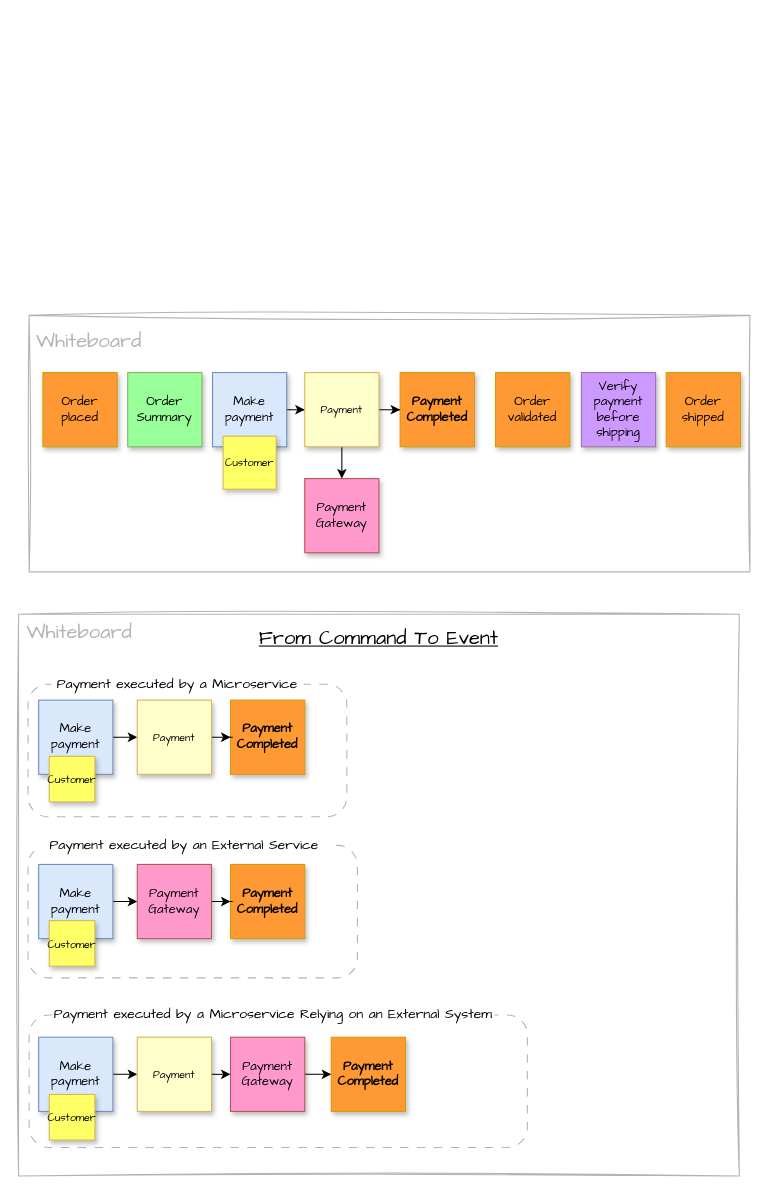
This is page "03-SOFT01" (7 of 12) of content/en/knowledgebase/ddd-eventstorming/eventstorming.drawio from mauvaisetroupe/architech, a draw.io file, before an edit. Source tidied: cells renumbered, new cells numbered last; positions are measured from the earlier drawing's top-left corner, leaving out a move shared by most shapes. Both pictures are drawn from the tidied source at 106%, with x=0, y=0 at pixel (18, 315).
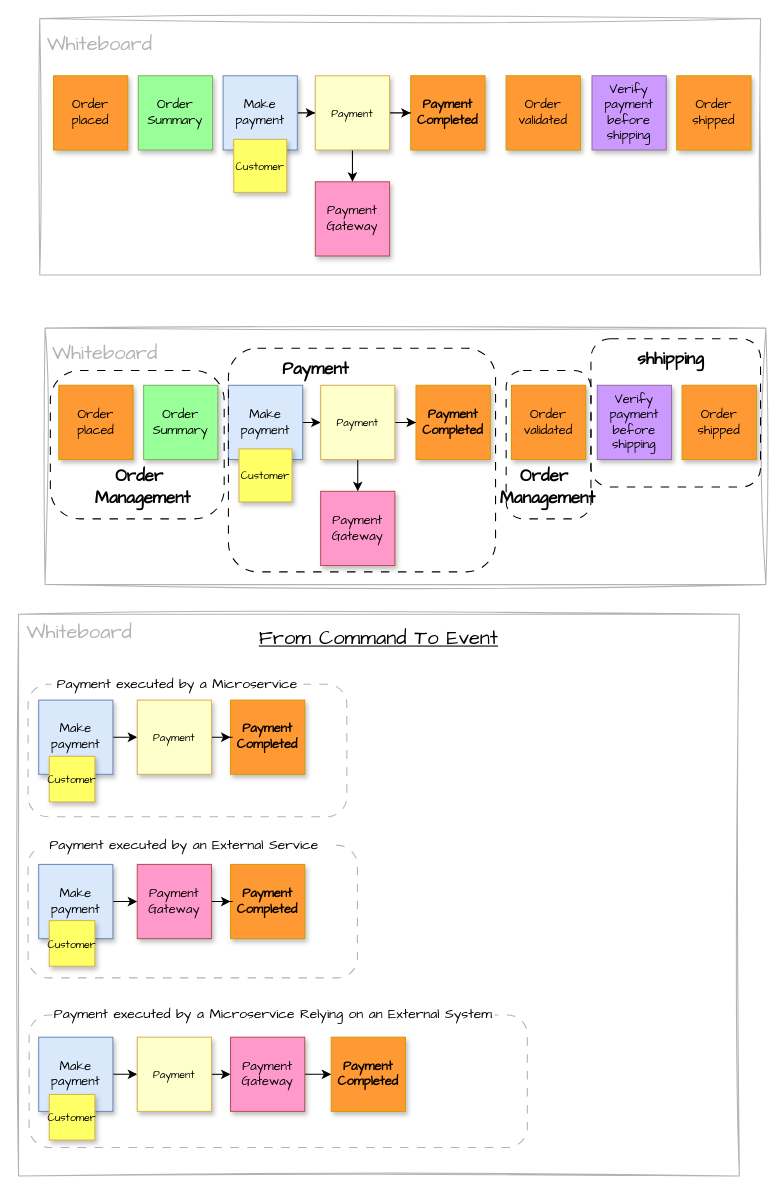
The same diagram, later.

Commit message:
less details on Whirlpool

Change to the diagram source:
```diff
@@
     <mxCell id="4" style="rounded=0;whiteSpace=wrap;html=1;sketch=1;hachureGap=4;jiggle=2;curveFitting=1;fontFamily=Architects Daughter;strokeColor=#B3B3B3;" parent="1" vertex="1">
-      <mxGeometry x="10" width="680" height="242" as="geometry" />
+      <mxGeometry x="20" y="-280" width="680" height="242" as="geometry" />
     </mxCell>
     <mxCell id="5" value="Order placed" style="whiteSpace=wrap;html=1;hachureGap=4;fontFamily=Architects Daughter;fillColor=#FF9933;strokeColor=#d79b00;spacingTop=2;spacingLeft=2;spacingBottom=2;spacingRight=2;align=center;verticalAlign=middle;fontSize=12;fontColor=default;flipH=0;flipV=1;shadow=1;" parent="1" vertex="1">
-      <mxGeometry x="23" y="54" width="70" height="70" as="geometry" />
+      <mxGeometry x="33" y="-226" width="70" height="70" as="geometry" />
     </mxCell>
@@
     <mxCell id="7" value="Make payment" style="whiteSpace=wrap;html=1;hachureGap=4;fontFamily=Architects Daughter;fillColor=#dae8fc;strokeColor=#6c8ebf;spacingTop=2;spacingLeft=2;spacingBottom=2;spacingRight=2;align=center;verticalAlign=middle;fontSize=12;flipH=0;flipV=1;shadow=1;" parent="1" vertex="1">
-      <mxGeometry x="183" y="54" width="70" height="70" as="geometry" />
+      <mxGeometry x="193" y="-226" width="70" height="70" as="geometry" />
     </mxCell>
     <mxCell id="8" value="Customer" style="whiteSpace=wrap;html=1;hachureGap=4;fontFamily=Architects Daughter;fillColor=#FFFF66;strokeColor=#d6b656;spacingTop=2;spacingLeft=2;spacingBottom=2;spacingRight=2;fontSize=10;shadow=1;" parent="1" vertex="1">
-      <mxGeometry x="193" y="114" width="50" height="50" as="geometry" />
+      <mxGeometry x="203" y="-166" width="50" height="50" as="geometry" />
     </mxCell>
     <mxCell id="9" value="&lt;strong&gt;Payment Completed&lt;/strong&gt;" style="whiteSpace=wrap;html=1;hachureGap=4;fontFamily=Architects Daughter;fillColor=#FF9933;strokeColor=#d79b00;spacingTop=2;spacingLeft=2;spacingBottom=2;spacingRight=2;flipH=0;flipV=1;shadow=1;" parent="1" vertex="1">
-      <mxGeometry x="360" y="54" width="70" height="70" as="geometry" />
+      <mxGeometry x="370" y="-226" width="70" height="70" as="geometry" />
     </mxCell>
     <mxCell id="10" value="Order Summary" style="whiteSpace=wrap;html=1;hachureGap=4;fontFamily=Architects Daughter;fillColor=#99FF99;strokeColor=#82b366;spacingTop=2;spacingLeft=2;spacingBottom=2;spacingRight=2;flipH=0;flipV=1;shadow=1;" parent="1" vertex="1">
-      <mxGeometry x="103" y="54" width="70" height="70" as="geometry" />
+      <mxGeometry x="113" y="-226" width="70" height="70" as="geometry" />
     </mxCell>
     <mxCell id="11" value="Payment Gateway" style="whiteSpace=wrap;html=1;hachureGap=4;fontFamily=Architects Daughter;fillColor=#FF99CC;strokeColor=#b85450;spacingTop=2;spacingLeft=2;spacingBottom=2;spacingRight=2;shadow=1;" parent="1" vertex="1">
-      <mxGeometry x="270" y="154" width="70" height="70" as="geometry" />
+      <mxGeometry x="280" y="-126" width="70" height="70" as="geometry" />
     </mxCell>
@@
     <mxCell id="14" value="Payment" style="whiteSpace=wrap;html=1;hachureGap=4;fontFamily=Architects Daughter;fillColor=#FFFFCC;strokeColor=#d6b656;spacingTop=2;spacingLeft=2;spacingBottom=2;spacingRight=2;align=center;verticalAlign=middle;fontSize=10;fontColor=default;flipH=0;flipV=1;shadow=1;" parent="1" vertex="1">
-      <mxGeometry x="270" y="54" width="70" height="70" as="geometry" />
+      <mxGeometry x="280" y="-226" width="70" height="70" as="geometry" />
     </mxCell>
     <mxCell id="15" value="Verify payment before shipping" style="whiteSpace=wrap;html=1;hachureGap=4;fontFamily=Architects Daughter;fillColor=#CC99FF;strokeColor=#9673a6;spacingTop=2;spacingLeft=2;spacingBottom=2;spacingRight=2;shadow=1;" parent="1" vertex="1">
-      <mxGeometry x="531" y="54" width="70" height="70" as="geometry" />
+      <mxGeometry x="541" y="-226" width="70" height="70" as="geometry" />
     </mxCell>
     <mxCell id="16" value="Order validated" style="whiteSpace=wrap;html=1;hachureGap=4;fontFamily=Architects Daughter;fillColor=#FF9933;strokeColor=#d79b00;spacingTop=2;spacingLeft=2;spacingBottom=2;spacingRight=2;align=center;verticalAlign=middle;fontSize=12;fontColor=default;shadow=1;" parent="1" vertex="1">
-      <mxGeometry x="450" y="54" width="70" height="70" as="geometry" />
+      <mxGeometry x="460" y="-226" width="70" height="70" as="geometry" />
     </mxCell>
     <mxCell id="17" value="Order shipped" style="whiteSpace=wrap;html=1;hachureGap=4;fontFamily=Architects Daughter;fillColor=#FF9933;strokeColor=#d79b00;spacingTop=2;spacingLeft=2;spacingBottom=2;spacingRight=2;align=center;verticalAlign=middle;fontSize=12;fontColor=default;shadow=1;" parent="1" vertex="1">
-      <mxGeometry x="611" y="54" width="70" height="70" as="geometry" />
+      <mxGeometry x="621" y="-226" width="70" height="70" as="geometry" />
     </mxCell>
     <mxCell id="18" value="&lt;span style=&quot;font-family: &amp;quot;Architects Daughter&amp;quot;; font-size: 19px; font-style: normal; font-variant-ligatures: normal; font-variant-caps: normal; font-weight: 400; letter-spacing: normal; orphans: 2; text-align: center; text-indent: 0px; text-transform: none; widows: 2; word-spacing: 0px; -webkit-text-stroke-width: 0px; white-space: nowrap; background-color: rgb(255, 255, 255); text-decoration-thickness: initial; text-decoration-style: initial; text-decoration-color: initial; float: none; display: inline !important;&quot;&gt;Whiteboard&lt;/span&gt;" style="text;whiteSpace=wrap;html=1;fontFamily=Architects Daughter;fontColor=#B3B3B3;" parent="1" vertex="1">
-      <mxGeometry x="15" y="7" width="88" height="27" as="geometry" />
+      <mxGeometry x="25" y="-273" width="88" height="27" as="geometry" />
     </mxCell>
@@
+    <mxCell id="46" style="rounded=0;whiteSpace=wrap;html=1;sketch=1;hachureGap=4;jiggle=2;curveFitting=1;fontFamily=Architects Daughter;strokeColor=#B3B3B3;" parent="1" vertex="1">
+      <mxGeometry x="25" y="12" width="680" height="242" as="geometry" />
+    </mxCell>
+    <mxCell id="47" value="Order placed" style="whiteSpace=wrap;html=1;hachureGap=4;fontFamily=Architects Daughter;fillColor=#FF9933;strokeColor=#d79b00;spacingTop=2;spacingLeft=2;spacingBottom=2;spacingRight=2;align=center;verticalAlign=middle;fontSize=12;fontColor=default;flipH=0;flipV=1;shadow=1;" parent="1" vertex="1">
+      <mxGeometry x="38" y="66" width="70" height="70" as="geometry" />
+    </mxCell>
+    <mxCell id="48" style="edgeStyle=orthogonalEdgeStyle;rounded=0;hachureGap=4;jettySize=auto;html=1;entryX=0;entryY=0.5;entryDx=0;entryDy=0;fontFamily=Architects Daughter;" parent="1" edge="1" source="49" target="56">
+      <mxGeometry relative="1" as="geometry" />
+    </mxCell>
+    <mxCell id="49" value="Make payment" style="whiteSpace=wrap;html=1;hachureGap=4;fontFamily=Architects Daughter;fillColor=#dae8fc;strokeColor=#6c8ebf;spacingTop=2;spacingLeft=2;spacingBottom=2;spacingRight=2;align=center;verticalAlign=middle;fontSize=12;flipH=0;flipV=1;shadow=1;" parent="1" vertex="1">
+      <mxGeometry x="198" y="66" width="70" height="70" as="geometry" />
+    </mxCell>
+    <mxCell id="50" value="Customer" style="whiteSpace=wrap;html=1;hachureGap=4;fontFamily=Architects Daughter;fillColor=#FFFF66;strokeColor=#d6b656;spacingTop=2;spacingLeft=2;spacingBottom=2;spacingRight=2;fontSize=10;shadow=1;" parent="1" vertex="1">
+      <mxGeometry x="208" y="126" width="50" height="50" as="geometry" />
+    </mxCell>
+    <mxCell id="51" value="&lt;strong&gt;Payment Completed&lt;/strong&gt;" style="whiteSpace=wrap;html=1;hachureGap=4;fontFamily=Architects Daughter;fillColor=#FF9933;strokeColor=#d79b00;spacingTop=2;spacingLeft=2;spacingBottom=2;spacingRight=2;flipH=0;flipV=1;shadow=1;" parent="1" vertex="1">
+      <mxGeometry x="375" y="66" width="70" height="70" as="geometry" />
+    </mxCell>
+    <mxCell id="52" value="Order Summary" style="whiteSpace=wrap;html=1;hachureGap=4;fontFamily=Architects Daughter;fillColor=#99FF99;strokeColor=#82b366;spacingTop=2;spacingLeft=2;spacingBottom=2;spacingRight=2;flipH=0;flipV=1;shadow=1;" parent="1" vertex="1">
+      <mxGeometry x="118" y="66" width="70" height="70" as="geometry" />
+    </mxCell>
+    <mxCell id="53" value="Payment Gateway" style="whiteSpace=wrap;html=1;hachureGap=4;fontFamily=Architects Daughter;fillColor=#FF99CC;strokeColor=#b85450;spacingTop=2;spacingLeft=2;spacingBottom=2;spacingRight=2;shadow=1;" parent="1" vertex="1">
+      <mxGeometry x="285" y="166" width="70" height="70" as="geometry" />
+    </mxCell>
+    <mxCell id="54" style="edgeStyle=orthogonalEdgeStyle;rounded=0;hachureGap=4;jettySize=auto;html=1;entryX=0.5;entryY=0;entryDx=0;entryDy=0;fontFamily=Architects Daughter;" parent="1" edge="1" source="56" target="53">
+      <mxGeometry relative="1" as="geometry" />
+    </mxCell>
+    <mxCell id="55" style="edgeStyle=orthogonalEdgeStyle;rounded=0;hachureGap=4;jettySize=auto;html=1;entryX=0;entryY=0.5;entryDx=0;entryDy=0;fontFamily=Architects Daughter;" parent="1" edge="1" source="56" target="51">
+      <mxGeometry relative="1" as="geometry" />
+    </mxCell>
+    <mxCell id="56" value="Payment" style="whiteSpace=wrap;html=1;hachureGap=4;fontFamily=Architects Daughter;fillColor=#FFFFCC;strokeColor=#d6b656;spacingTop=2;spacingLeft=2;spacingBottom=2;spacingRight=2;align=center;verticalAlign=middle;fontSize=10;fontColor=default;flipH=0;flipV=1;shadow=1;" parent="1" vertex="1">
+      <mxGeometry x="285" y="66" width="70" height="70" as="geometry" />
+    </mxCell>
+    <mxCell id="57" value="Verify payment before shipping" style="whiteSpace=wrap;html=1;hachureGap=4;fontFamily=Architects Daughter;fillColor=#CC99FF;strokeColor=#9673a6;spacingTop=2;spacingLeft=2;spacingBottom=2;spacingRight=2;shadow=1;" parent="1" vertex="1">
+      <mxGeometry x="546" y="66" width="70" height="70" as="geometry" />
+    </mxCell>
+    <mxCell id="58" value="Order validated" style="whiteSpace=wrap;html=1;hachureGap=4;fontFamily=Architects Daughter;fillColor=#FF9933;strokeColor=#d79b00;spacingTop=2;spacingLeft=2;spacingBottom=2;spacingRight=2;align=center;verticalAlign=middle;fontSize=12;fontColor=default;shadow=1;" parent="1" vertex="1">
+      <mxGeometry x="465" y="66" width="70" height="70" as="geometry" />
+    </mxCell>
+    <mxCell id="59" value="Order shipped" style="whiteSpace=wrap;html=1;hachureGap=4;fontFamily=Architects Daughter;fillColor=#FF9933;strokeColor=#d79b00;spacingTop=2;spacingLeft=2;spacingBottom=2;spacingRight=2;align=center;verticalAlign=middle;fontSize=12;fontColor=default;shadow=1;" parent="1" vertex="1">
+      <mxGeometry x="626" y="66" width="70" height="70" as="geometry" />
+    </mxCell>
+    <mxCell id="60" value="&lt;span style=&quot;font-family: &amp;quot;Architects Daughter&amp;quot;; font-size: 19px; font-style: normal; font-variant-ligatures: normal; font-variant-caps: normal; font-weight: 400; letter-spacing: normal; orphans: 2; text-align: center; text-indent: 0px; text-transform: none; widows: 2; word-spacing: 0px; -webkit-text-stroke-width: 0px; white-space: nowrap; background-color: rgb(255, 255, 255); text-decoration-thickness: initial; text-decoration-style: initial; text-decoration-color: initial; float: none; display: inline !important;&quot;&gt;Whiteboard&lt;/span&gt;" style="text;whiteSpace=wrap;html=1;fontFamily=Architects Daughter;fontColor=#B3B3B3;" parent="1" vertex="1">
+      <mxGeometry x="30" y="19" width="88" height="27" as="geometry" />
+    </mxCell>
+    <mxCell id="61" style="rounded=1;whiteSpace=wrap;html=1;arcSize=20;fillColor=none;dashed=1;dashPattern=8 8;" parent="1" vertex="1">
+      <mxGeometry x="30" y="52" width="164" height="140" as="geometry" />
+    </mxCell>
+    <mxCell id="62" value="&lt;font face=&quot;architects daughter&quot;&gt;Order&amp;nbsp;&lt;/font&gt;&lt;div&gt;&lt;font face=&quot;architects daughter&quot;&gt;Management&lt;/font&gt;&lt;/div&gt;" style="text;html=1;align=center;verticalAlign=middle;strokeColor=none;fillColor=none;labelBackgroundColor=none;spacing=0;fontSize=16;fontStyle=1;" parent="1" vertex="1">
+      <mxGeometry x="62" y="137" width="110" height="50" as="geometry" />
+    </mxCell>
+    <mxCell id="63" style="rounded=1;whiteSpace=wrap;html=1;arcSize=13;fillColor=none;dashed=1;dashPattern=8 8;" parent="1" vertex="1">
+      <mxGeometry x="198" y="31" width="252" height="211" as="geometry" />
+    </mxCell>
+    <mxCell id="64" value="&lt;font face=&quot;architects daughter&quot;&gt;Payment&lt;/font&gt;" style="text;html=1;align=center;verticalAlign=middle;strokeColor=none;fillColor=none;labelBackgroundColor=none;spacing=0;fontSize=16;fontStyle=1;" parent="1" vertex="1">
+      <mxGeometry x="240" y="36" width="80" height="30" as="geometry" />
+    </mxCell>
+    <mxCell id="65" style="rounded=1;whiteSpace=wrap;html=1;arcSize=20;fillColor=none;dashed=1;dashPattern=8 8;" parent="1" vertex="1">
+      <mxGeometry x="460" y="52" width="80" height="140" as="geometry" />
+    </mxCell>
+    <mxCell id="66" value="&lt;font face=&quot;architects daughter&quot;&gt;Order&amp;nbsp;&lt;/font&gt;&lt;div&gt;&lt;font face=&quot;architects daughter&quot;&gt;Management&lt;/font&gt;&lt;/div&gt;" style="text;html=1;align=center;verticalAlign=middle;strokeColor=none;fillColor=none;labelBackgroundColor=none;spacing=0;fontSize=16;fontStyle=1;" parent="1" vertex="1">
+      <mxGeometry x="444" y="137" width="110" height="50" as="geometry" />
+    </mxCell>
+    <mxCell id="67" style="rounded=1;whiteSpace=wrap;html=1;arcSize=13;fillColor=none;dashed=1;dashPattern=8 8;" parent="1" vertex="1">
+      <mxGeometry x="540" y="22" width="160" height="140" as="geometry" />
+    </mxCell>
+    <mxCell id="68" value="&lt;font face=&quot;architects daughter&quot;&gt;shhipping&lt;/font&gt;" style="text;html=1;align=center;verticalAlign=middle;strokeColor=none;fillColor=none;labelBackgroundColor=none;spacing=0;fontSize=16;fontStyle=1;" parent="1" vertex="1">
+      <mxGeometry x="575" y="26" width="80" height="30" as="geometry" />
+    </mxCell>
```
